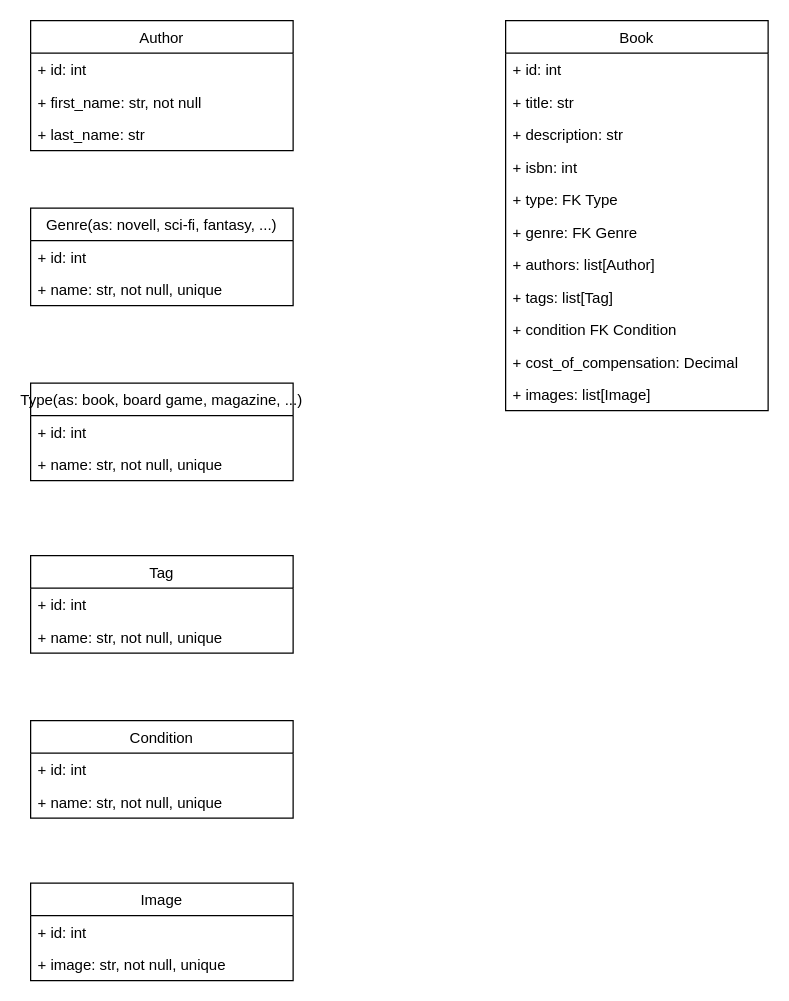
Earlier version of the draw.io diagram catalog/doc/ER.drawio (UkrainianCulturalCenter/library_backend). Source tidied: cells renumbered, new cells numbered last; positions are measured from the earlier drawing's top-left corner, leaving out a move shared by most shapes. Both pictures are drawn from the tidied source at 125%, with x=0, y=0 at pixel (30, 20).
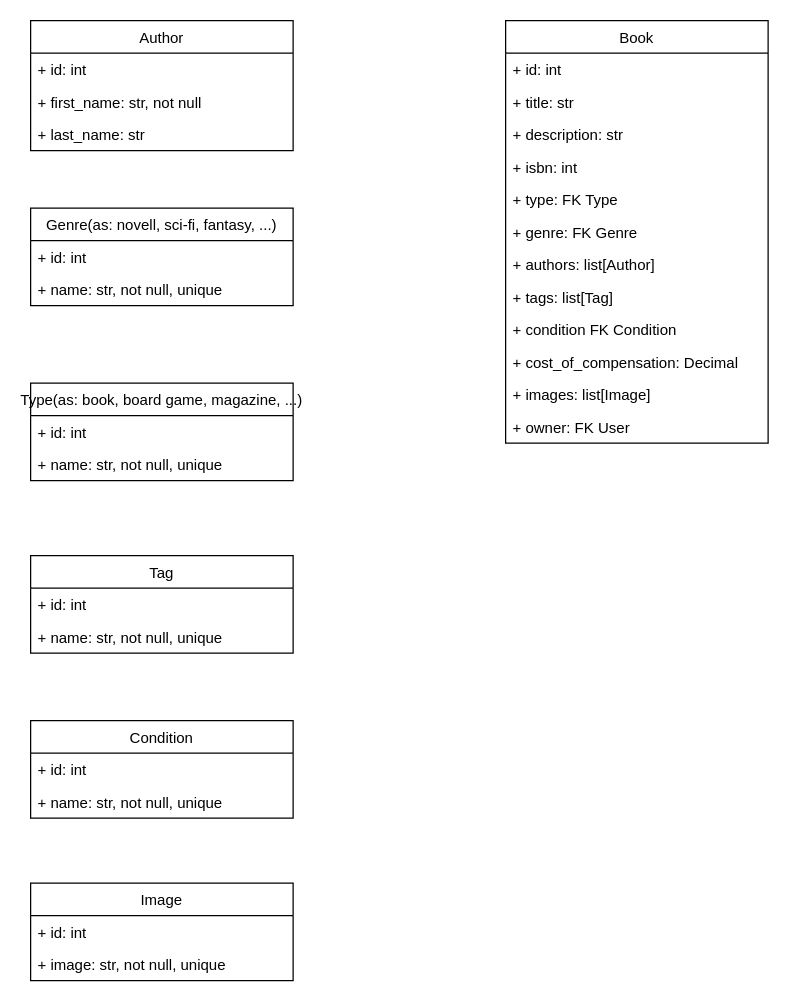
After the change.

Change to the diagram source:
```diff
@@
     <mxCell id="9" value="Book" style="swimlane;fontStyle=0;horizontal=1;startSize=26;fillColor=none;" parent="1" vertex="1">
-      <mxGeometry x="380" width="210" height="312" as="geometry" />
+      <mxGeometry x="380" width="210" height="338" as="geometry" />
     </mxCell>
@@
+    <mxCell id="33" value="+ owner: FK User" style="text;strokeColor=none;fillColor=none;align=left;verticalAlign=top;spacingLeft=4;spacingRight=4;overflow=hidden;" parent="9" vertex="1">
+      <mxGeometry y="312" width="210" height="26" as="geometry" />
+    </mxCell>
```
